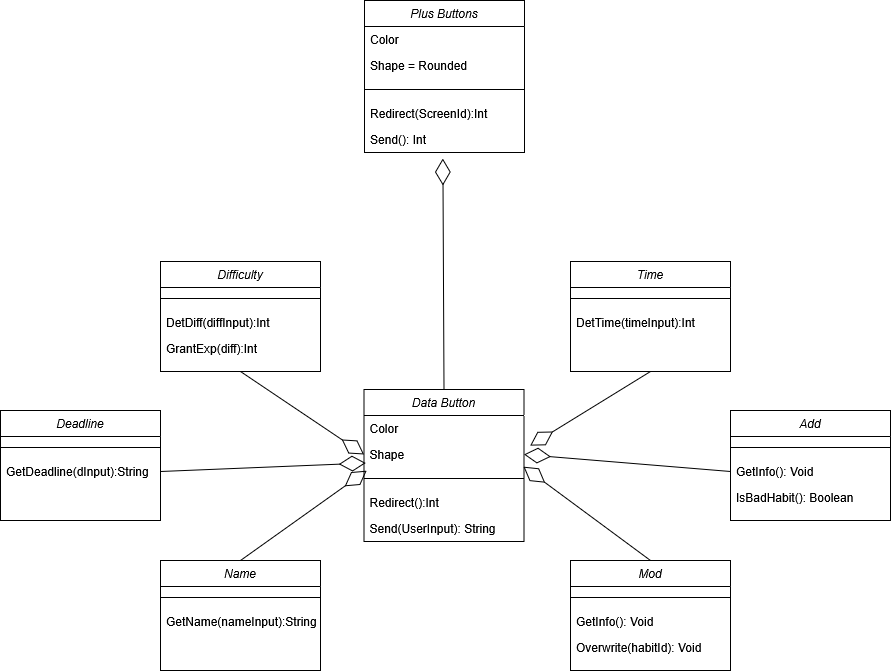
The draw.io diagram Diagrams/Class_Buttons.drawio.png in Fabiancipher/Habitra, before a commit. Source tidied: cells renumbered, new cells last; positions are measured from the earlier drawing's top-left corner, leaving out a move shared by most shapes.
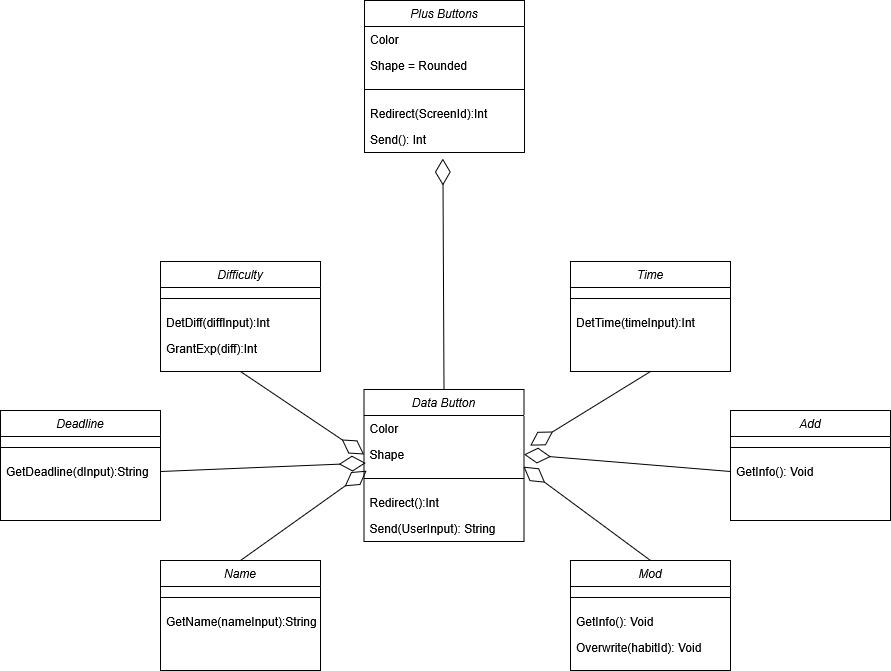
The same file after the commit.

What changed in the source:
```diff
@@ -50,9 +50,6 @@
     <mxCell id="17" value="GetInfo(): Void" style="text;align=left;verticalAlign=top;spacingLeft=4;spacingRight=4;overflow=hidden;points=[[0,0.5],[1,0.5]];portConstraint=eastwest;" parent="15" vertex="1">
       <mxGeometry y="48" width="160" height="26" as="geometry" />
     </mxCell>
-    <mxCell id="18" value="IsBadHabit(): Boolean" style="text;align=left;verticalAlign=top;spacingLeft=4;spacingRight=4;overflow=hidden;" parent="15" vertex="1">
-      <mxGeometry y="74" width="160" height="26" as="geometry" />
-    </mxCell>
     <mxCell id="19" value="Name" style="swimlane;fontStyle=2;align=center;verticalAlign=top;horizontal=1;startSize=26;rounded=0;shadow=0;strokeWidth=1;" parent="1" vertex="1">
       <mxGeometry x="160" y="560" width="160" height="110" as="geometry" />
     </mxCell>
```
